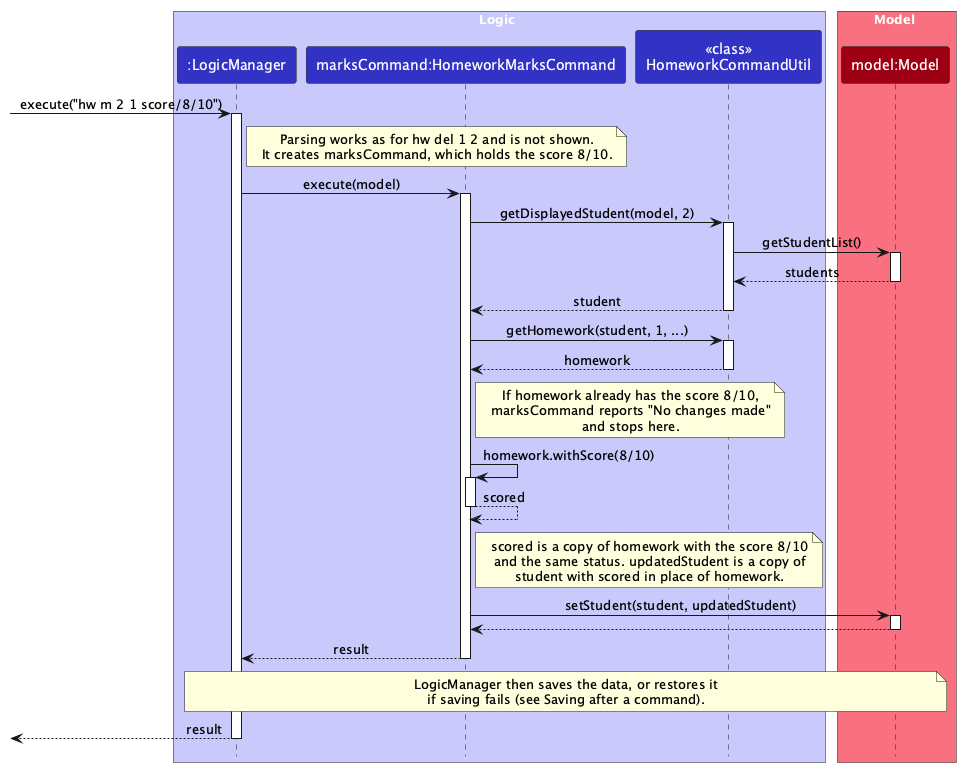
Above: docs/images/HomeworkMarksSequenceDiagram.png in Alexc09/tp (PlantUML), before the change.
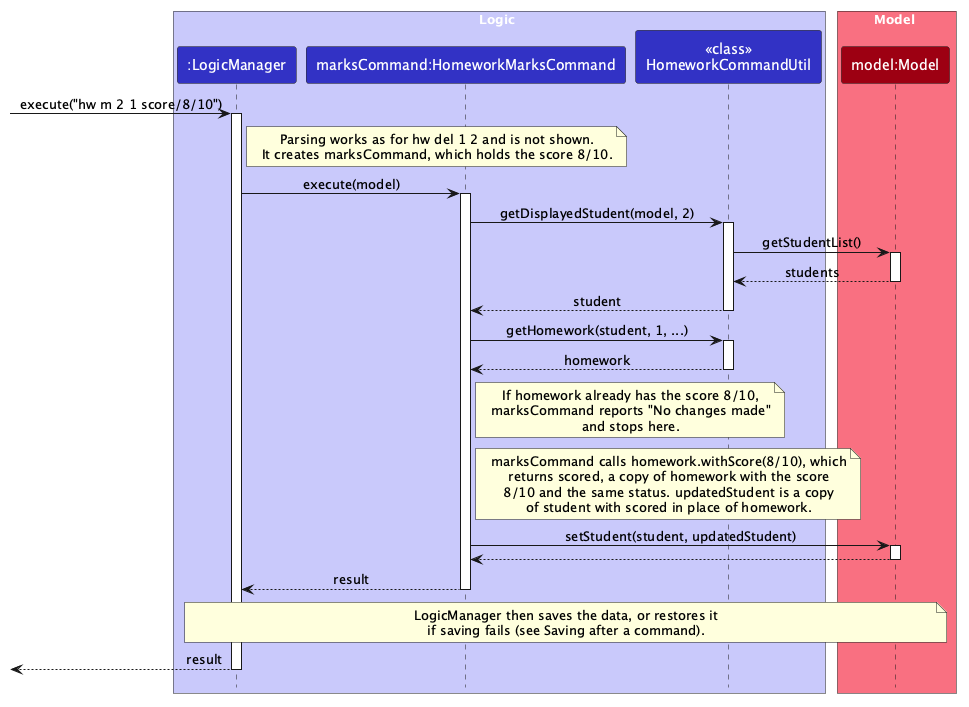
After the commit.

Commit message:
DG: Show withScore in a note in marks diagram

The homework marks sequence diagram draws homework.withScore(8/10)
as a call from marksCommand to itself, with its own activation bar.
withScore is a method of the Homework object, not of the command, so
the diagram misstates which object handles the call.

Homework is part of the Model component, and this diagram shows only
the Logic internals. Let's drop the self-call and say in the note that
marksCommand calls homework.withScore(8/10) to get the scored copy.

The edit, as a diff of the source:
```diff
@@ -47,16 +47,11 @@
   and stops here.
 end note
 
-HomeworkMarksCommand -> HomeworkMarksCommand : homework.withScore(8/10)
-activate HomeworkMarksCommand
-
-HomeworkMarksCommand --> HomeworkMarksCommand : scored
-deactivate HomeworkMarksCommand
-
 note right of HomeworkMarksCommand
-  scored is a copy of homework with the score 8/10
-  and the same status. updatedStudent is a copy of
-  student with scored in place of homework.
+  marksCommand calls homework.withScore(8/10), which
+  returns scored, a copy of homework with the score
+  8/10 and the same status. updatedStudent is a copy
+  of student with scored in place of homework.
 end note
 
 HomeworkMarksCommand -> Model : setStudent(student, updatedStudent)
```
